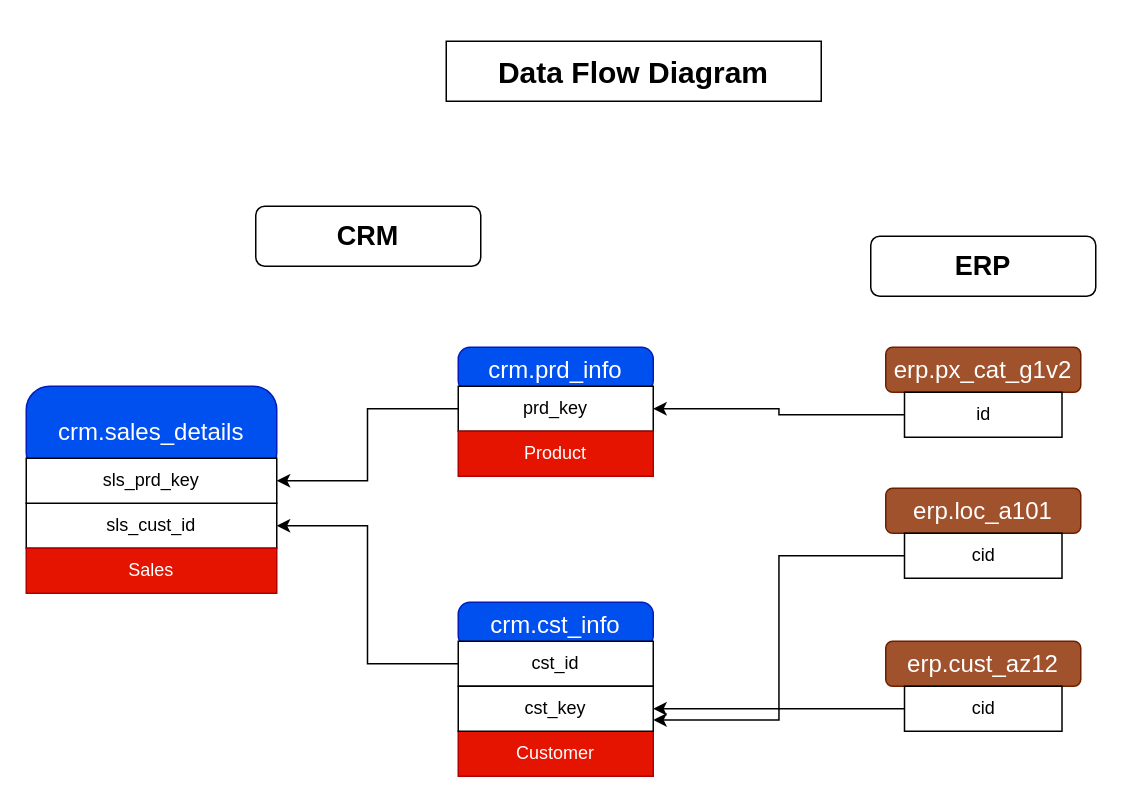
Before: docs/Data Flow Diagram.drawio in Prabh-2004/sql-data-warehouse-project, a draw.io diagram. Source tidied: cells renumbered, new cells numbered last; positions are measured from the earlier drawing's top-left corner, leaving out a move shared by most shapes. Both pictures are drawn from the tidied source at 150%, with x=0, y=0 at pixel (26, 40).
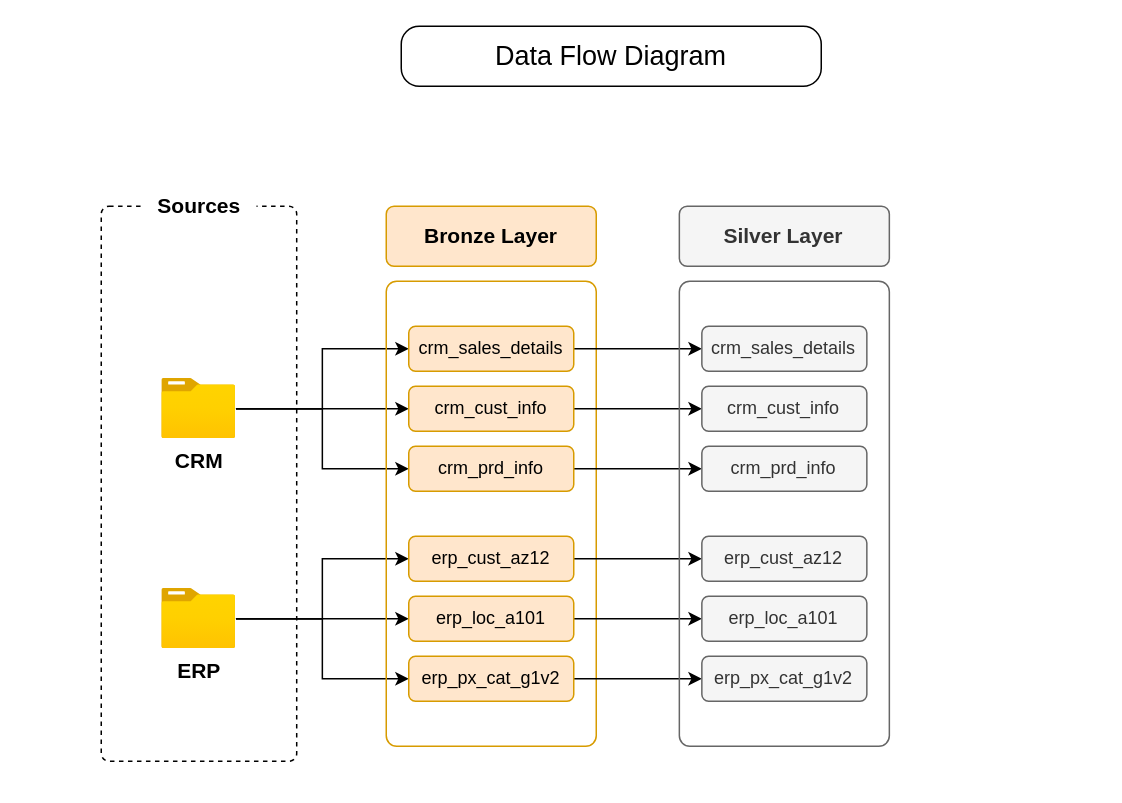
The same diagram, later.

Commit message:
Data flow diagram

Diff of the diagram source:
```diff
@@
-    <mxCell id="2" value="Data Flow Diagram" style="whiteSpace=wrap;html=1;fontSize=20;fontStyle=1;fontColor=default;labelBackgroundColor=none;textShadow=0;fontFamily=Helvetica;gradientColor=none;gradientDirection=east;" parent="1" vertex="1">
-      <mxGeometry x="280" width="250" height="40" as="geometry" />
+    <mxCell id="2" value="Data Flow Diagram" style="rounded=1;whiteSpace=wrap;html=1;fontSize=18;arcSize=30;" parent="1" vertex="1">
+      <mxGeometry x="250" y="-10" width="280" height="40" as="geometry" />
     </mxCell>
-    <mxCell id="3" value="crm.sales_details" style="rounded=1;whiteSpace=wrap;html=1;fontSize=16;fillColor=#0050ef;strokeColor=#001DBC;fillStyle=auto;fontColor=#ffffff;arcSize=26;" parent="1" vertex="1">
-      <mxGeometry y="230" width="167" height="60" as="geometry" />
-    </mxCell>
-    <mxCell id="4" style="edgeStyle=orthogonalEdgeStyle;rounded=0;jettySize=auto;html=1;" parent="1" edge="1" source="5" target="6">
-      <mxGeometry relative="1" as="geometry" />
-    </mxCell>
-    <mxCell id="5" value="sls_cust_id" style="rounded=1;whiteSpace=wrap;html=1;arcSize=0;align=center;" parent="1" vertex="1">
-      <mxGeometry y="308" width="167" height="30" as="geometry" />
-    </mxCell>
-    <mxCell id="6" value="sls_prd_key" style="whiteSpace=wrap;html=1;rounded=1;arcSize=0;" parent="1" vertex="1">
-      <mxGeometry y="278" width="167" height="30" as="geometry" />
-    </mxCell>
-    <mxCell id="7" value="crm.prd_info" style="rounded=1;whiteSpace=wrap;html=1;fontSize=16;fillColor=#0050ef;fontColor=#ffffff;strokeColor=#001DBC;arcSize=26;" parent="1" vertex="1">
-      <mxGeometry x="288" y="204" width="130" height="30" as="geometry" />
-    </mxCell>
-    <mxCell id="8" style="edgeStyle=orthogonalEdgeStyle;rounded=0;jettySize=auto;html=1;entryX=1;entryY=0.5;entryDx=0;entryDy=0;" parent="1" edge="1" source="9" target="6">
-      <mxGeometry relative="1" as="geometry" />
-    </mxCell>
-    <mxCell id="9" value="prd_key" style="rounded=1;whiteSpace=wrap;html=1;arcSize=0;align=center;" parent="1" vertex="1">
-      <mxGeometry x="288" y="230" width="130" height="30" as="geometry" />
-    </mxCell>
-    <mxCell id="10" value="erp.cust_az12" style="rounded=1;whiteSpace=wrap;html=1;fontSize=16;fillColor=#a0522d;fontColor=#ffffff;strokeColor=#6D1F00;" parent="1" vertex="1">
-      <mxGeometry x="573" y="400" width="130" height="30" as="geometry" />
-    </mxCell>
-    <mxCell id="11" style="edgeStyle=orthogonalEdgeStyle;rounded=0;jettySize=auto;html=1;entryX=1;entryY=0.75;entryDx=0;entryDy=0;" parent="1" edge="1" source="12" target="27">
-      <mxGeometry relative="1" as="geometry" />
-    </mxCell>
-    <mxCell id="12" value="cid" style="rounded=1;whiteSpace=wrap;html=1;arcSize=0;align=center;" parent="1" vertex="1">
-      <mxGeometry x="585.5" y="430" width="105" height="30" as="geometry" />
-    </mxCell>
-    <mxCell id="13" value="erp.loc_a101" style="rounded=1;whiteSpace=wrap;html=1;fontSize=16;fillColor=#a0522d;fontColor=#ffffff;strokeColor=#6D1F00;" parent="1" vertex="1">
-      <mxGeometry x="573" y="298" width="130" height="30" as="geometry" />
-    </mxCell>
-    <mxCell id="14" style="edgeStyle=orthogonalEdgeStyle;rounded=0;jettySize=auto;html=1;entryX=1;entryY=0.5;entryDx=0;entryDy=0;" parent="1" edge="1" source="15" target="27">
-      <mxGeometry relative="1" as="geometry" />
-    </mxCell>
-    <mxCell id="15" value="cid" style="rounded=1;whiteSpace=wrap;html=1;arcSize=0;align=center;" parent="1" vertex="1">
-      <mxGeometry x="585.5" y="328" width="105" height="30" as="geometry" />
-    </mxCell>
-    <mxCell id="16" value="erp.px_cat_g1v2" style="rounded=1;whiteSpace=wrap;html=1;fontSize=16;fillColor=#a0522d;fontColor=#ffffff;strokeColor=#6D1F00;" parent="1" vertex="1">
-      <mxGeometry x="573" y="204" width="130" height="30" as="geometry" />
-    </mxCell>
-    <mxCell id="17" style="edgeStyle=orthogonalEdgeStyle;rounded=0;jettySize=auto;html=1;entryX=1;entryY=0.5;entryDx=0;entryDy=0;" parent="1" edge="1" source="18" target="9">
-      <mxGeometry relative="1" as="geometry" />
-    </mxCell>
-    <mxCell id="18" value="id" style="rounded=1;whiteSpace=wrap;html=1;arcSize=0;align=center;" parent="1" vertex="1">
-      <mxGeometry x="585.5" y="234" width="105" height="30" as="geometry" />
-    </mxCell>
+    <mxCell id="28" style="rounded=1;whiteSpace=wrap;html=1;fillColor=none;dashed=1;arcSize=4;" parent="1" vertex="1">
+      <mxGeometry x="50" y="110" width="130.3" height="370" as="geometry" />
+    </mxCell>
+    <mxCell id="29" style="edgeStyle=orthogonalEdgeStyle;rounded=0;jettySize=auto;html=1;entryX=0;entryY=0.5;entryDx=0;entryDy=0;" parent="1" edge="1" source="19" target="42">
+      <mxGeometry relative="1" as="geometry" />
+    </mxCell>
+    <mxCell id="30" style="edgeStyle=orthogonalEdgeStyle;rounded=0;jettySize=auto;html=1;entryX=0;entryY=0.5;entryDx=0;entryDy=0;" parent="1" edge="1" source="19" target="38">
+      <mxGeometry relative="1" as="geometry" />
+    </mxCell>
+    <mxCell id="31" style="edgeStyle=orthogonalEdgeStyle;rounded=0;jettySize=auto;html=1;entryX=0;entryY=0.5;entryDx=0;entryDy=0;" parent="1" edge="1" source="19" target="40">
+      <mxGeometry relative="1" as="geometry" />
+    </mxCell>
-    <mxCell id="19" value="CRM" style="rounded=1;whiteSpace=wrap;html=1;fontSize=18;fontStyle=1;" parent="1" vertex="1">
-      <mxGeometry x="153" y="110" width="150" height="40" as="geometry" />
+    <mxCell id="19" value="CRM" style="image;html=1;points=[];align=center;fontSize=14;image=img/lib/azure2/general/Folder_Blank.svg;fontStyle=1;" parent="1" vertex="1">
+      <mxGeometry x="90.5" y="225" width="49.3" height="40" as="geometry" />
     </mxCell>
+    <mxCell id="32" style="edgeStyle=orthogonalEdgeStyle;rounded=0;jettySize=auto;html=1;" parent="1" edge="1" source="20" target="46">
+      <mxGeometry relative="1" as="geometry" />
+    </mxCell>
+    <mxCell id="33" style="edgeStyle=orthogonalEdgeStyle;rounded=0;jettySize=auto;html=1;entryX=0;entryY=0.5;entryDx=0;entryDy=0;" parent="1" edge="1" source="20" target="44">
+      <mxGeometry relative="1" as="geometry" />
+    </mxCell>
+    <mxCell id="34" style="edgeStyle=orthogonalEdgeStyle;rounded=0;jettySize=auto;html=1;entryX=0;entryY=0.5;entryDx=0;entryDy=0;" parent="1" edge="1" source="20" target="48">
+      <mxGeometry relative="1" as="geometry" />
+    </mxCell>
-    <mxCell id="20" value="ERP" style="rounded=1;whiteSpace=wrap;html=1;fontSize=18;fontStyle=1;" parent="1" vertex="1">
-      <mxGeometry x="563" y="130" width="150" height="40" as="geometry" />
+    <mxCell id="20" value="ERP" style="image;html=1;points=[];align=center;fontSize=14;image=img/lib/azure2/general/Folder_Blank.svg;fontStyle=1;" parent="1" vertex="1">
+      <mxGeometry x="90.5" y="365" width="49.3" height="40" as="geometry" />
     </mxCell>
-    <mxCell id="21" value="Product" style="rounded=0;whiteSpace=wrap;html=1;fillColor=light-dark(#e51400, #ff674d);fontColor=#ffffff;strokeColor=#B20000;" parent="1" vertex="1">
-      <mxGeometry x="288" y="260" width="130" height="30" as="geometry" />
-    </mxCell>
-    <mxCell id="22" value="Sales" style="rounded=0;whiteSpace=wrap;html=1;fillColor=light-dark(#e51400, #ff674d);fontColor=#ffffff;strokeColor=#B20000;" parent="1" vertex="1">
-      <mxGeometry y="338" width="167" height="30" as="geometry" />
-    </mxCell>
-    <mxCell id="23" value="crm.cst_info" style="rounded=1;whiteSpace=wrap;html=1;fontSize=16;fillColor=#0050ef;fontColor=#ffffff;strokeColor=#001DBC;arcSize=26;" parent="1" vertex="1">
-      <mxGeometry x="288" y="374" width="130" height="30" as="geometry" />
-    </mxCell>
-    <mxCell id="24" style="edgeStyle=orthogonalEdgeStyle;rounded=0;jettySize=auto;html=1;entryX=1;entryY=0.5;entryDx=0;entryDy=0;" parent="1" edge="1" source="25" target="5">
-      <mxGeometry relative="1" as="geometry" />
-    </mxCell>
-    <mxCell id="25" value="cst_id" style="rounded=1;whiteSpace=wrap;html=1;arcSize=0;align=center;" parent="1" vertex="1">
-      <mxGeometry x="288" y="400" width="130" height="30" as="geometry" />
-    </mxCell>
-    <mxCell id="26" value="Customer" style="rounded=0;whiteSpace=wrap;html=1;fillColor=light-dark(#e51400, #ff674d);fontColor=#ffffff;strokeColor=#B20000;" parent="1" vertex="1">
-      <mxGeometry x="288" y="460" width="130" height="30" as="geometry" />
-    </mxCell>
-    <mxCell id="27" value="cst_key" style="rounded=1;whiteSpace=wrap;html=1;arcSize=0;align=center;" parent="1" vertex="1">
-      <mxGeometry x="288" y="430" width="130" height="30" as="geometry" />
-    </mxCell>
+    <mxCell id="35" style="rounded=1;whiteSpace=wrap;html=1;fillColor=none;arcSize=5;strokeColor=#d79b00;" parent="1" vertex="1">
+      <mxGeometry x="240" y="160" width="140" height="310" as="geometry" />
+    </mxCell>
+    <mxCell id="36" value="Bronze Layer" style="rounded=1;whiteSpace=wrap;html=1;arcSize=13;fillColor=#ffe6cc;strokeColor=light-dark(#d79b00, #ededed);fontSize=14;fontStyle=1;" parent="1" vertex="1">
+      <mxGeometry x="240" y="110" width="140" height="40" as="geometry" />
+    </mxCell>
+    <mxCell id="37" style="edgeStyle=orthogonalEdgeStyle;rounded=0;jettySize=auto;html=1;" parent="1" edge="1" source="38" target="52">
+      <mxGeometry relative="1" as="geometry" />
+    </mxCell>
+    <mxCell id="38" value="crm_sales_details" style="rounded=1;whiteSpace=wrap;html=1;fillColor=#ffe6cc;strokeColor=#d79b00;" parent="1" vertex="1">
+      <mxGeometry x="255" y="190" width="110" height="30" as="geometry" />
+    </mxCell>
+    <mxCell id="39" style="edgeStyle=orthogonalEdgeStyle;rounded=0;jettySize=auto;html=1;" parent="1" edge="1" source="40" target="53">
+      <mxGeometry relative="1" as="geometry" />
+    </mxCell>
+    <mxCell id="40" value="crm_cust_info" style="rounded=1;whiteSpace=wrap;html=1;fillColor=#ffe6cc;strokeColor=#d79b00;" parent="1" vertex="1">
+      <mxGeometry x="255" y="230" width="110" height="30" as="geometry" />
+    </mxCell>
+    <mxCell id="41" style="edgeStyle=orthogonalEdgeStyle;rounded=0;jettySize=auto;html=1;" parent="1" edge="1" source="42" target="54">
+      <mxGeometry relative="1" as="geometry" />
+    </mxCell>
+    <mxCell id="42" value="crm_prd_info" style="rounded=1;whiteSpace=wrap;html=1;fillColor=#ffe6cc;strokeColor=#d79b00;" parent="1" vertex="1">
+      <mxGeometry x="255" y="270" width="110" height="30" as="geometry" />
+    </mxCell>
+    <mxCell id="43" style="edgeStyle=orthogonalEdgeStyle;rounded=0;jettySize=auto;html=1;entryX=0;entryY=0.5;entryDx=0;entryDy=0;" parent="1" edge="1" source="44" target="55">
+      <mxGeometry relative="1" as="geometry" />
+    </mxCell>
+    <mxCell id="44" value="erp_cust_az12" style="rounded=1;whiteSpace=wrap;html=1;fillColor=#ffe6cc;strokeColor=#d79b00;" parent="1" vertex="1">
+      <mxGeometry x="255" y="330" width="110" height="30" as="geometry" />
+    </mxCell>
+    <mxCell id="45" style="edgeStyle=orthogonalEdgeStyle;rounded=0;jettySize=auto;html=1;" parent="1" edge="1" source="46" target="56">
+      <mxGeometry relative="1" as="geometry" />
+    </mxCell>
+    <mxCell id="46" value="erp_loc_a101" style="rounded=1;whiteSpace=wrap;html=1;fillColor=#ffe6cc;strokeColor=#d79b00;" parent="1" vertex="1">
+      <mxGeometry x="255" y="370" width="110" height="30" as="geometry" />
+    </mxCell>
+    <mxCell id="47" style="edgeStyle=orthogonalEdgeStyle;rounded=0;jettySize=auto;html=1;entryX=0;entryY=0.5;entryDx=0;entryDy=0;" parent="1" edge="1" source="48" target="57">
+      <mxGeometry relative="1" as="geometry" />
+    </mxCell>
+    <mxCell id="48" value="erp_px_cat_g1v2" style="rounded=1;whiteSpace=wrap;html=1;fillColor=#ffe6cc;strokeColor=#d79b00;" parent="1" vertex="1">
+      <mxGeometry x="255" y="410" width="110" height="30" as="geometry" />
+    </mxCell>
+    <mxCell id="49" value="Sources" style="rounded=0;whiteSpace=wrap;html=1;strokeColor=none;fontSize=14;fontStyle=1;" parent="1" vertex="1">
+      <mxGeometry x="76.9" y="100" width="76.6" height="20" as="geometry" />
+    </mxCell>
+    <mxCell id="50" style="rounded=1;whiteSpace=wrap;html=1;fillColor=none;arcSize=5;strokeColor=light-dark(#666666, #996500);" parent="1" vertex="1">
+      <mxGeometry x="435.4" y="160" width="140" height="310" as="geometry" />
+    </mxCell>
+    <mxCell id="51" value="Silver Layer" style="rounded=1;whiteSpace=wrap;html=1;arcSize=13;fillColor=#f5f5f5;strokeColor=#666666;fontSize=14;fontStyle=1;fontColor=#333333;" parent="1" vertex="1">
+      <mxGeometry x="435.4" y="110" width="140" height="40" as="geometry" />
+    </mxCell>
+    <mxCell id="52" value="crm_sales_details" style="rounded=1;whiteSpace=wrap;html=1;fillColor=#f5f5f5;strokeColor=#666666;fontColor=#333333;" parent="1" vertex="1">
+      <mxGeometry x="450.4" y="190" width="110" height="30" as="geometry" />
+    </mxCell>
+    <mxCell id="53" value="crm_cust_info" style="rounded=1;whiteSpace=wrap;html=1;fillColor=#f5f5f5;strokeColor=#666666;fontColor=#333333;" parent="1" vertex="1">
+      <mxGeometry x="450.4" y="230" width="110" height="30" as="geometry" />
+    </mxCell>
+    <mxCell id="54" value="crm_prd_info" style="rounded=1;whiteSpace=wrap;html=1;fillColor=#f5f5f5;strokeColor=#666666;fontColor=#333333;" parent="1" vertex="1">
+      <mxGeometry x="450.4" y="270" width="110" height="30" as="geometry" />
+    </mxCell>
+    <mxCell id="55" value="erp_cust_az12" style="rounded=1;whiteSpace=wrap;html=1;fillColor=#f5f5f5;strokeColor=#666666;fontColor=#333333;" parent="1" vertex="1">
+      <mxGeometry x="450.4" y="330" width="110" height="30" as="geometry" />
+    </mxCell>
+    <mxCell id="56" value="erp_loc_a101" style="rounded=1;whiteSpace=wrap;html=1;fillColor=#f5f5f5;strokeColor=#666666;fontColor=#333333;" parent="1" vertex="1">
+      <mxGeometry x="450.4" y="370" width="110" height="30" as="geometry" />
+    </mxCell>
+    <mxCell id="57" value="erp_px_cat_g1v2" style="rounded=1;whiteSpace=wrap;html=1;fillColor=#f5f5f5;strokeColor=#666666;fontColor=#333333;" parent="1" vertex="1">
+      <mxGeometry x="450.4" y="410" width="110" height="30" as="geometry" />
+    </mxCell>
```
